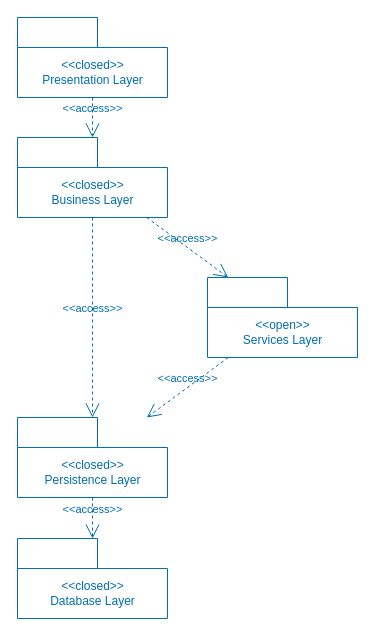
ucudal/ANDIS_Conceptos keeps this draw.io diagram as diagrams/Architecture_Layered_Variation_3.drawio. Above is the earlier version. Source tidied: cells renumbered, new cells numbered last; positions are measured from the earlier drawing's top-left corner, leaving out a move shared by most shapes. Both pictures are drawn from the tidied source at 100%, with x=0, y=0 at pixel (17, 17).
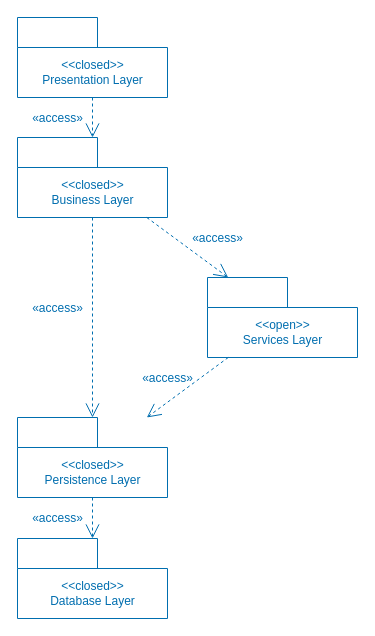
The same page after the edit.

Change to the diagram source:
```diff
@@
 <mxGraphModel>
   <root>
     <mxCell id="0" />
     <mxCell id="1" parent="0" />
     <mxCell id="2" value="&amp;lt;&amp;lt;closed&amp;gt;&amp;gt;&lt;br&gt;Presentation Layer" style="shape=folder;fontStyle=0;tabWidth=80;tabHeight=30;tabPosition=left;html=1;boundedLbl=1;fillColor=none;fontColor=#006EAF;strokeColor=#006EAF;" parent="1" vertex="1">
       <mxGeometry width="150" height="80" as="geometry" />
     </mxCell>
     <mxCell id="3" value="&amp;lt;&amp;lt;closed&amp;gt;&amp;gt;&lt;br&gt;Business Layer" style="shape=folder;fontStyle=0;tabWidth=80;tabHeight=30;tabPosition=left;html=1;boundedLbl=1;fillColor=none;fontColor=#006EAF;strokeColor=#006EAF;" parent="1" vertex="1">
       <mxGeometry y="120" width="150" height="80" as="geometry" />
     </mxCell>
     <mxCell id="4" value="&amp;lt;&amp;lt;closed&amp;gt;&amp;gt;&lt;br&gt;Persistence Layer" style="shape=folder;fontStyle=0;tabWidth=80;tabHeight=30;tabPosition=left;html=1;boundedLbl=1;fillColor=none;fontColor=#006EAF;strokeColor=#006EAF;" parent="1" vertex="1">
       <mxGeometry y="400" width="150" height="80" as="geometry" />
     </mxCell>
     <mxCell id="5" value="&amp;lt;&amp;lt;closed&amp;gt;&amp;gt;&lt;br&gt;Database Layer" style="shape=folder;fontStyle=0;tabWidth=80;tabHeight=30;tabPosition=left;html=1;boundedLbl=1;fillColor=none;fontColor=#006EAF;strokeColor=#006EAF;" parent="1" vertex="1">
       <mxGeometry y="521" width="150" height="80" as="geometry" />
     </mxCell>
-    <mxCell id="6" value="&amp;lt;&amp;lt;access&amp;gt;&amp;gt;" style="edgeStyle=none;html=1;endArrow=open;endSize=12;dashed=1;verticalAlign=bottom;fontColor=#006EAF;fillColor=#1ba1e2;strokeColor=#006EAF;labelBackgroundColor=none;" parent="1" edge="1">
-      <mxGeometry relative="1" as="geometry">
+    <mxCell id="6" value="&lt;span style=&quot;font-size: 12px;&quot;&gt;«access»&lt;/span&gt;" style="edgeStyle=none;html=1;endArrow=open;endSize=12;dashed=1;verticalAlign=bottom;fontColor=#006EAF;fillColor=#1ba1e2;strokeColor=#006EAF;labelBackgroundColor=none;" parent="1" edge="1">
+      <mxGeometry x="0.5" y="-35" relative="1" as="geometry">
         <mxPoint x="75" y="80" as="sourcePoint" />
         <mxPoint x="75" y="120" as="targetPoint" />
       </mxGeometry>
     </mxCell>
-    <mxCell id="7" value="&amp;lt;&amp;lt;access&amp;gt;&amp;gt;" style="edgeStyle=none;html=1;endArrow=open;endSize=12;dashed=1;verticalAlign=bottom;fontColor=#006EAF;fillColor=#1ba1e2;strokeColor=#006EAF;labelBackgroundColor=none;" parent="1" edge="1" source="3" target="4">
-      <mxGeometry relative="1" as="geometry" />
+    <mxCell id="7" value="&lt;span style=&quot;font-size: 12px;&quot;&gt;«access»&lt;/span&gt;" style="edgeStyle=none;html=1;endArrow=open;endSize=12;dashed=1;verticalAlign=bottom;fontColor=#006EAF;fillColor=#1ba1e2;strokeColor=#006EAF;labelBackgroundColor=none;" parent="1" edge="1" source="3" target="4">
+      <mxGeometry y="-35" relative="1" as="geometry" />
     </mxCell>
-    <mxCell id="8" value="&amp;lt;&amp;lt;access&amp;gt;&amp;gt;" style="edgeStyle=none;html=1;endArrow=open;endSize=12;dashed=1;verticalAlign=bottom;fontColor=#006EAF;fillColor=#1ba1e2;strokeColor=#006EAF;labelBackgroundColor=none;" parent="1" edge="1" source="4" target="5">
-      <mxGeometry relative="1" as="geometry" />
+    <mxCell id="8" value="&lt;span style=&quot;font-size: 12px;&quot;&gt;«access»&lt;/span&gt;" style="edgeStyle=none;html=1;endArrow=open;endSize=12;dashed=1;verticalAlign=bottom;fontColor=#006EAF;fillColor=#1ba1e2;strokeColor=#006EAF;labelBackgroundColor=none;" parent="1" edge="1" source="4" target="5">
+      <mxGeometry x="0.46" y="-35" relative="1" as="geometry" />
     </mxCell>
     <mxCell id="9" value="&amp;lt;&amp;lt;open&amp;gt;&amp;gt;&lt;br&gt;Services Layer" style="shape=folder;fontStyle=0;tabWidth=80;tabHeight=30;tabPosition=left;html=1;boundedLbl=1;fillColor=none;fontColor=#006EAF;strokeColor=#006EAF;" parent="1" vertex="1">
       <mxGeometry x="190" y="260" width="150" height="80" as="geometry" />
     </mxCell>
-    <mxCell id="10" value="&amp;lt;&amp;lt;access&amp;gt;&amp;gt;" style="edgeStyle=none;html=1;endArrow=open;endSize=12;dashed=1;verticalAlign=bottom;fontColor=#006EAF;fillColor=#1ba1e2;strokeColor=#006EAF;labelBackgroundColor=none;" parent="1" edge="1" source="3" target="9">
-      <mxGeometry relative="1" as="geometry" />
+    <mxCell id="10" value="&lt;span style=&quot;font-size: 12px;&quot;&gt;«access»&lt;/span&gt;" style="edgeStyle=none;html=1;endArrow=open;endSize=12;dashed=1;verticalAlign=bottom;fontColor=#006EAF;fillColor=#1ba1e2;strokeColor=#006EAF;labelBackgroundColor=none;" parent="1" edge="1" source="3" target="9">
+      <mxGeometry x="0.48" y="18" relative="1" as="geometry" />
     </mxCell>
-    <mxCell id="11" value="&amp;lt;&amp;lt;access&amp;gt;&amp;gt;" style="edgeStyle=none;html=1;endArrow=open;endSize=12;dashed=1;verticalAlign=bottom;fontColor=#006EAF;fillColor=#1ba1e2;strokeColor=#006EAF;labelBackgroundColor=none;" parent="1" edge="1" source="9" target="4">
-      <mxGeometry relative="1" as="geometry" />
+    <mxCell id="11" value="&lt;span style=&quot;font-size: 12px;&quot;&gt;«access»&lt;/span&gt;" style="edgeStyle=none;html=1;endArrow=open;endSize=12;dashed=1;verticalAlign=bottom;fontColor=#006EAF;fillColor=#1ba1e2;strokeColor=#006EAF;labelBackgroundColor=none;" parent="1" edge="1" source="9" target="4">
+      <mxGeometry x="0.32" y="-12" relative="1" as="geometry" />
     </mxCell>
   </root>
 </mxGraphModel>
```
